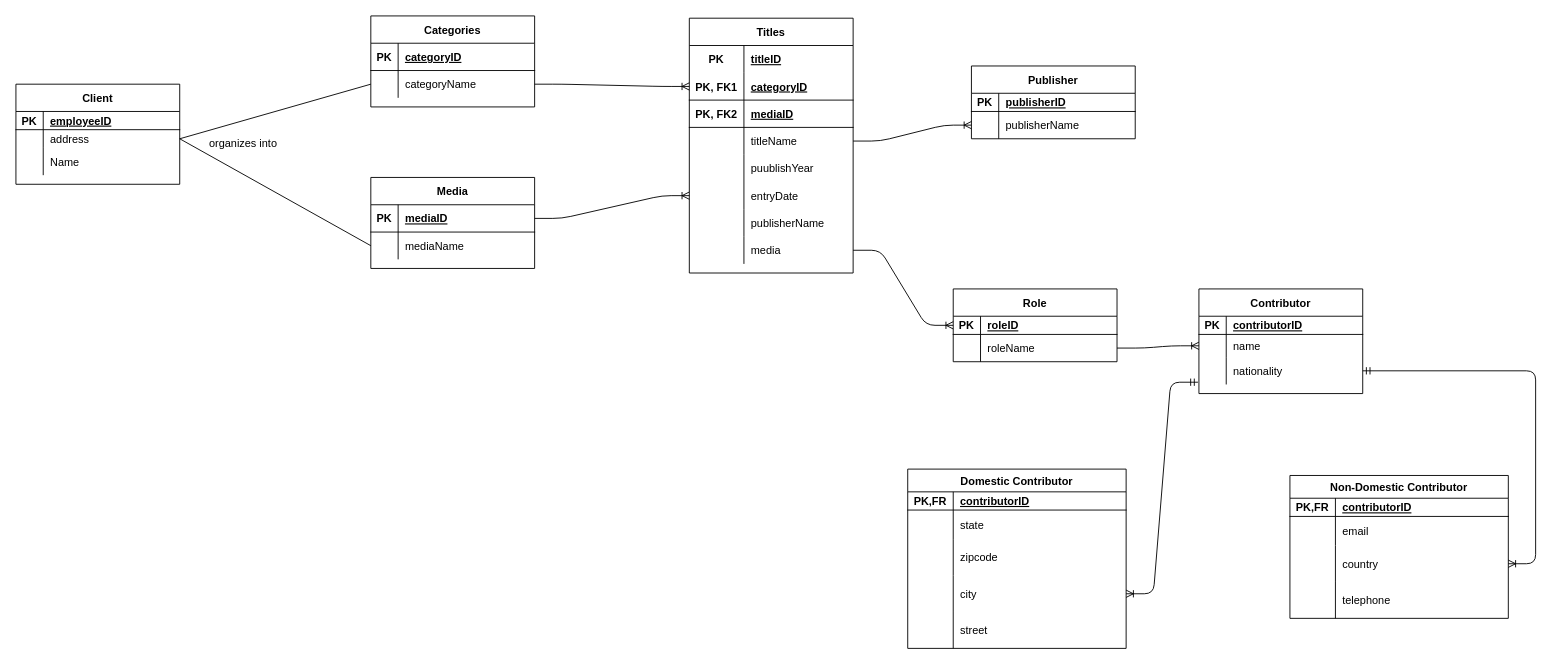
roning54/database_design keeps this draw.io diagram as page "Page-2" (2 of 2) of projecteerd.drawio. Above is the earlier version. Source tidied: cells renumbered, new cells numbered last; positions are measured from the earlier drawing's top-left corner, leaving out a move shared by most shapes. Both pictures are drawn from the tidied source at 91%, with x=0, y=0 at pixel (15, 15).
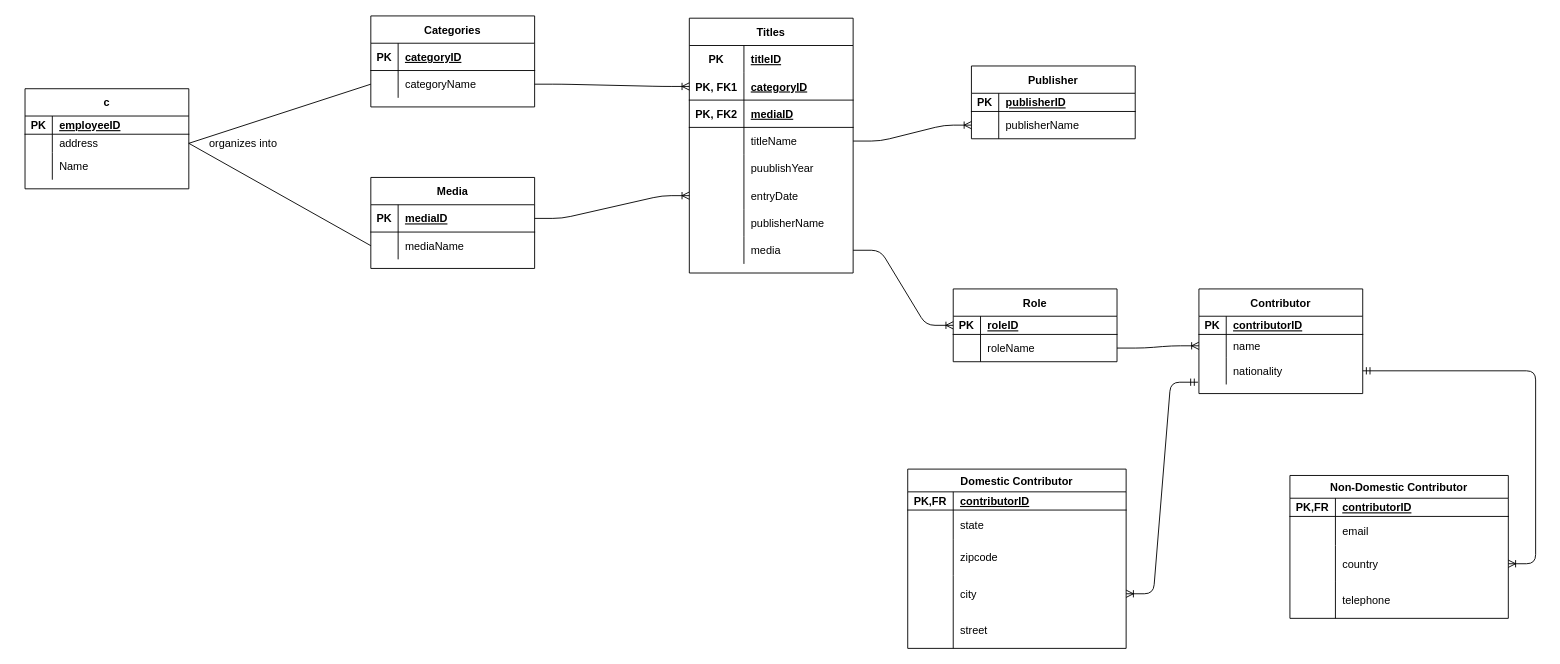
The same diagram, later.

What changed in the source:
```diff
@@
-    <mxCell id="2" value="Client" style="shape=table;startSize=30;childLayout=tableLayout;rowLines=0;fontStyle=1;align=center;" parent="1" vertex="1">
-      <mxGeometry y="75" width="180" height="110" as="geometry" />
+    <mxCell id="2" value="c" style="shape=table;startSize=30;childLayout=tableLayout;rowLines=0;fontStyle=1;align=center;" parent="1" vertex="1">
+      <mxGeometry x="10" y="80" width="180" height="110" as="geometry" />
     </mxCell>
```
